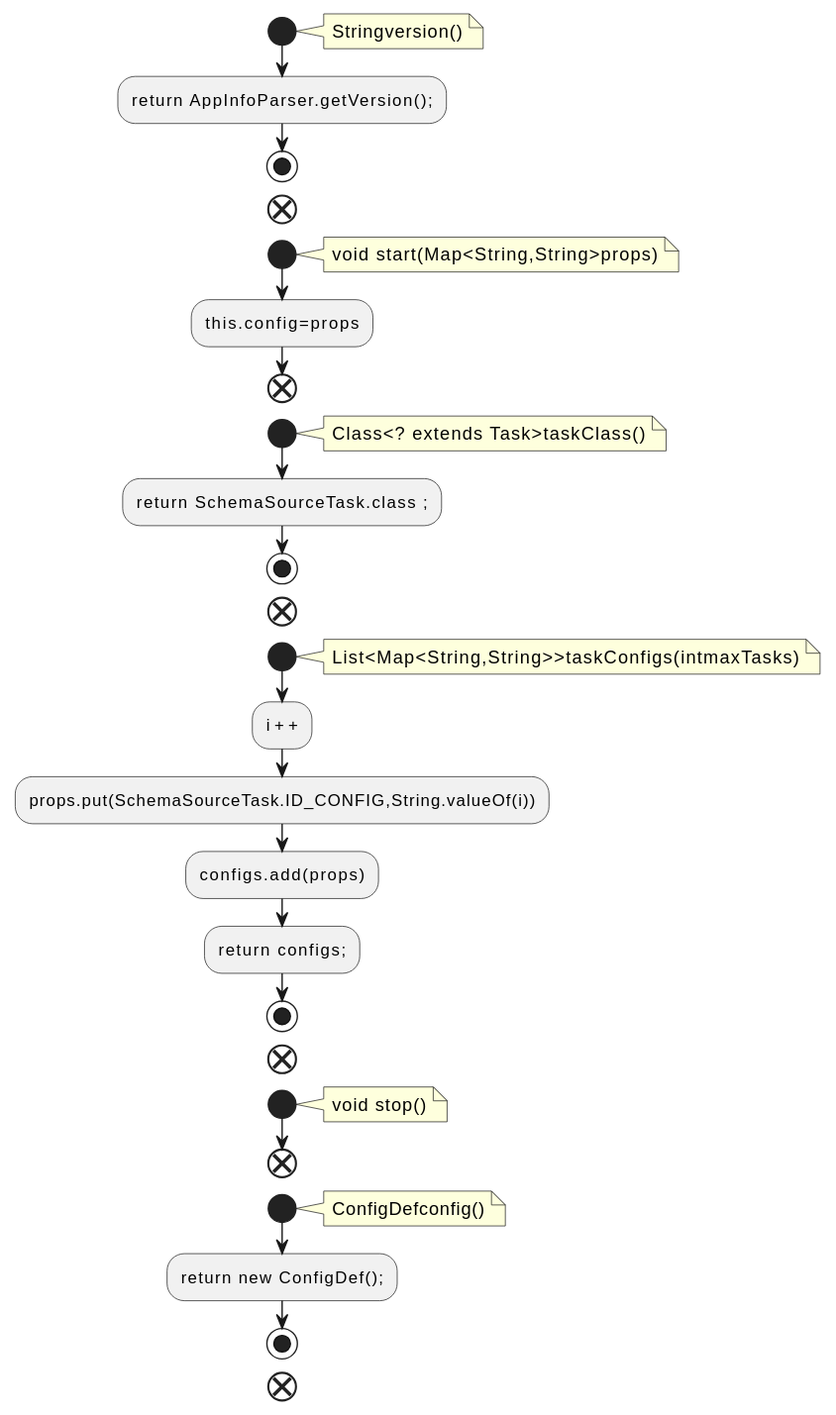
Above: docs/qc/connect/runtime/src/main/java/org/apache/kafka/connect/tools/SchemaSourceConnector.java.fct.svg in qualitesys/kafka (PlantUML), before the change.
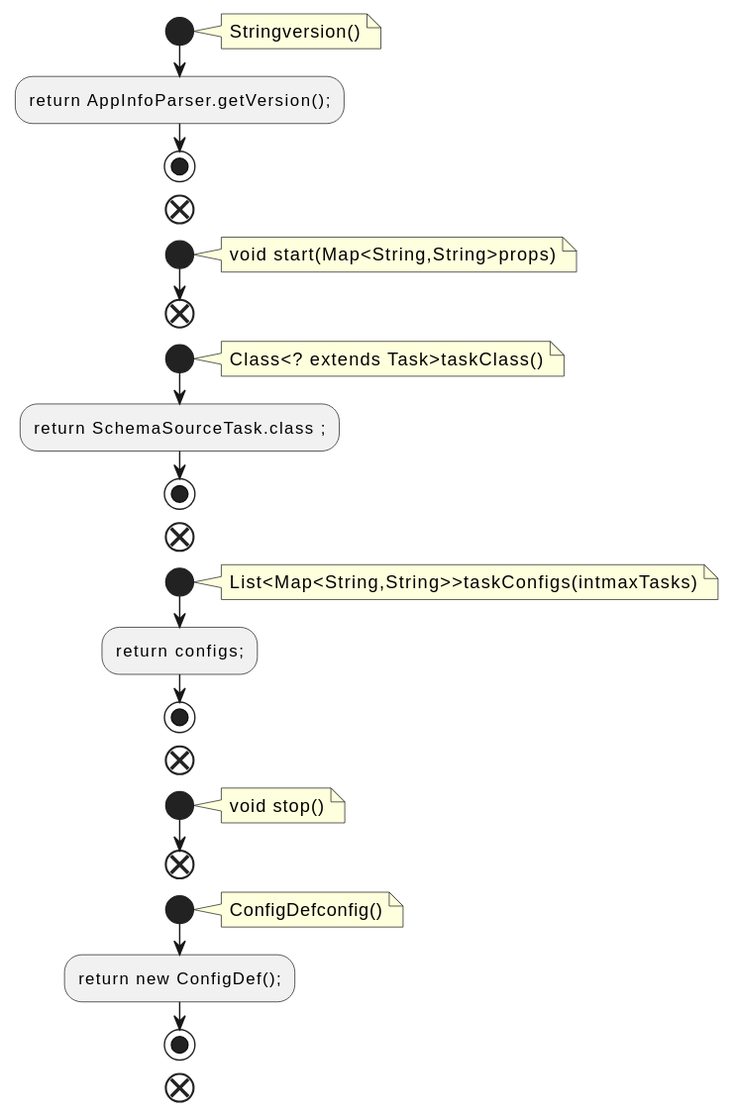
The same file after the commit.

Change to the diagram source:
```diff
@@ -11,7 +11,6 @@
 note right
 void start(Map<String,String>props)
 end note
-:this.config=props;
 end
 start
 note right
@@ -24,9 +23,6 @@
 note right
 List<Map<String,String>>taskConfigs(intmaxTasks)
 end note
-:i++;
-:props.put(SchemaSourceTask.ID_CONFIG,String.valueOf(i));
-:configs.add(props);
 :return configs;;
 stop
 end
```
